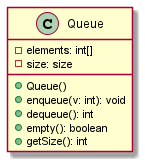
Before: Introduction_to_Java_Programming/src/main/java/chapter10/exercise/exercise10_10/QueueDiagram.png, a diagram exported from PlantUML (emaphis/Introduction_to_Java_Programming).
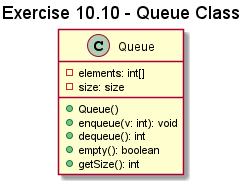
The same diagram one commit later.

What changed in the source:
```diff
@@ -1,4 +1,5 @@
-@startuml
+@startuml exercise10.10
+title Exercise 10.10 - Queue Class
 class Queue {
     -elements: int[]
     -size: size
```
